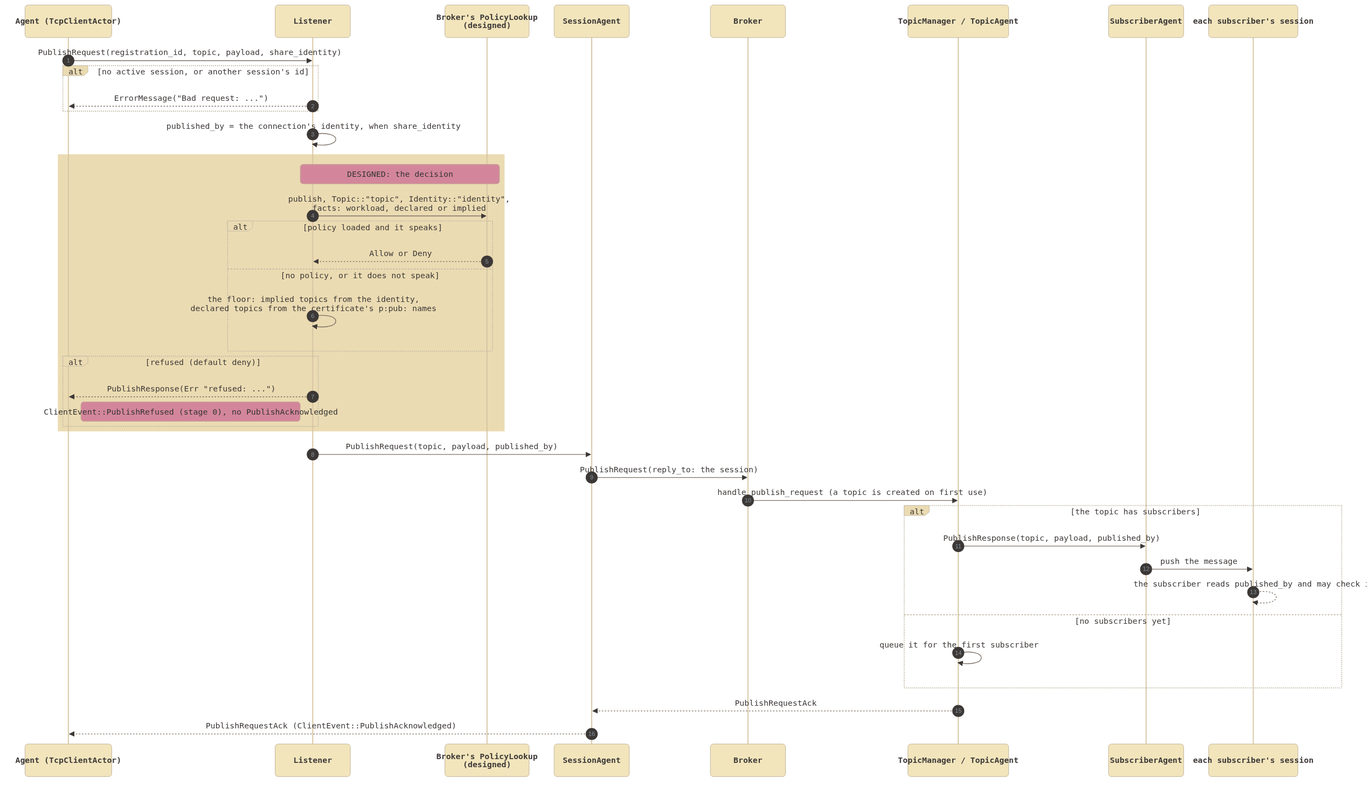
Before: docs/architecture/sequences/broker/client_publish.png, a diagram exported from Mermaid (cmu-sei/Polar). Its source is kept beside it as docs/architecture/sequences/broker/client_publish.mmd.
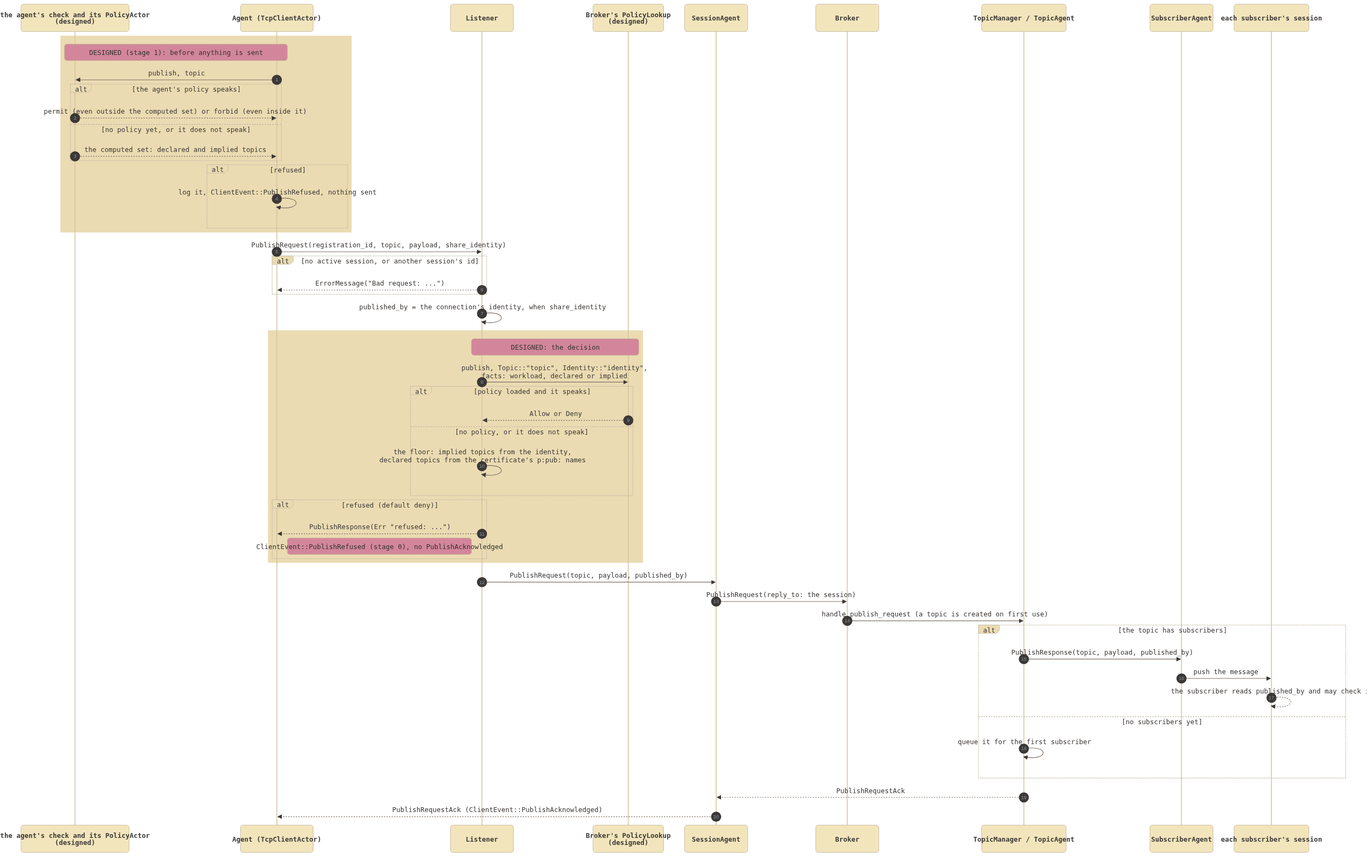
After the change.

Commit message:
docs(policy): the agent's own client decides as the broker does, Cedar first

Change to the diagram source:
```diff
@@ -1,6 +1,7 @@
 
 sequenceDiagram
     autonumber
+    participant Own as the agent's check and its PolicyActor<br/>(designed)
     participant Client as Agent (TcpClientActor)
     participant Listener
     participant Policy as Broker's PolicyLookup<br/>(designed)
@@ -9,6 +10,19 @@
     participant Topic as TopicManager / TopicAgent
     participant Sub as SubscriberAgent
     participant Peer as each subscriber's session
+
+    rect rgb(235, 219, 178)
+    Note over Own,Client: DESIGNED (stage 1): before anything is sent
+    Client->>Own: publish, topic
+    alt the agent's policy speaks
+        Own-->>Client: permit (even outside the computed set) or forbid (even inside it)
+    else no policy yet, or it does not speak
+        Own-->>Client: the computed set: declared and implied topics
+    end
+    alt refused
+        Client->>Client: log it, ClientEvent::PublishRefused, nothing sent
+    end
+    end
 
     Client->>Listener: PublishRequest(registration_id, topic, payload, share_identity)
     alt no active session, or another session's id
```
